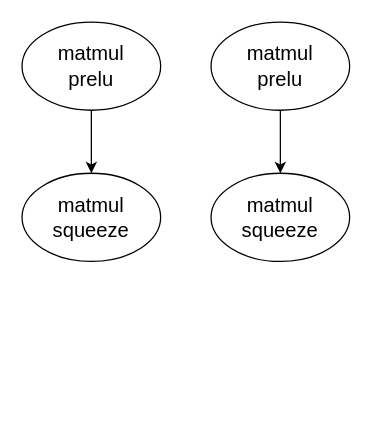
Earlier version of the draw.io diagram 未命名绘图.drawio (ABigDoge/MyDiagrams). Source tidied: cells renumbered, new cells numbered last; positions are measured from the earlier drawing's top-left corner, leaving out a move shared by most shapes. Both pictures are drawn from the tidied source at 126%, with x=0, y=0 at pixel (21, 21).
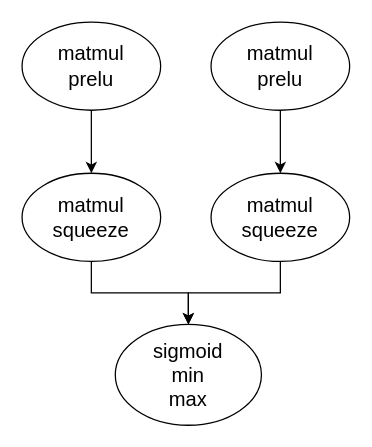
Above is the later version.

Commit message (it also covers changes not shown here):
更新未命名绘图.drawio

Change to the diagram source:
```diff
@@
 <mxGraphModel>
   <root>
     <mxCell id="0" />
     <mxCell id="1" parent="0" />
     <mxCell id="2" style="edgeStyle=orthogonalEdgeStyle;rounded=0;jettySize=auto;html=1;" parent="1" edge="1" source="3" target="6">
       <mxGeometry relative="1" as="geometry" />
     </mxCell>
     <mxCell id="3" value="&lt;font style=&quot;font-size: 16px;&quot;&gt;matmul&lt;/font&gt;&lt;div style=&quot;font-size: 16px;&quot;&gt;&lt;font style=&quot;font-size: 16px;&quot;&gt;prelu&lt;/font&gt;&lt;/div&gt;" style="ellipse;whiteSpace=wrap;html=1;" parent="1" vertex="1">
       <mxGeometry width="110" height="70" as="geometry" />
     </mxCell>
     <mxCell id="4" style="edgeStyle=orthogonalEdgeStyle;rounded=0;jettySize=auto;html=1;" parent="1" edge="1" source="5" target="7">
       <mxGeometry relative="1" as="geometry" />
     </mxCell>
     <mxCell id="5" value="&lt;font style=&quot;font-size: 16px;&quot;&gt;matmul&lt;/font&gt;&lt;div style=&quot;font-size: 16px;&quot;&gt;&lt;font style=&quot;font-size: 16px;&quot;&gt;prelu&lt;/font&gt;&lt;/div&gt;" style="ellipse;whiteSpace=wrap;html=1;" parent="1" vertex="1">
       <mxGeometry x="150" width="110" height="70" as="geometry" />
     </mxCell>
+    <mxCell id="8" style="edgeStyle=orthogonalEdgeStyle;rounded=0;jettySize=auto;html=1;" parent="1" edge="1" source="6" target="10">
+      <mxGeometry relative="1" as="geometry" />
+    </mxCell>
     <mxCell id="6" value="&lt;font style=&quot;font-size: 16px;&quot;&gt;matmul&lt;/font&gt;&lt;div style=&quot;font-size: 16px;&quot;&gt;squeeze&lt;/div&gt;" style="ellipse;whiteSpace=wrap;html=1;" parent="1" vertex="1">
       <mxGeometry y="120" width="110" height="70" as="geometry" />
     </mxCell>
+    <mxCell id="9" style="edgeStyle=orthogonalEdgeStyle;rounded=0;jettySize=auto;html=1;" parent="1" edge="1" source="7" target="10">
+      <mxGeometry relative="1" as="geometry" />
+    </mxCell>
     <mxCell id="7" value="&lt;font style=&quot;font-size: 16px;&quot;&gt;matmul&lt;/font&gt;&lt;div style=&quot;font-size: 16px;&quot;&gt;squeeze&lt;br&gt;&lt;/div&gt;" style="ellipse;whiteSpace=wrap;html=1;" parent="1" vertex="1">
       <mxGeometry x="150" y="120" width="110" height="70" as="geometry" />
     </mxCell>
+    <mxCell id="10" value="&lt;span style=&quot;font-size: 16px;&quot;&gt;sigmoid&lt;/span&gt;&lt;div&gt;&lt;span style=&quot;font-size: 16px;&quot;&gt;min&lt;/span&gt;&lt;/div&gt;&lt;div&gt;&lt;span style=&quot;font-size: 16px;&quot;&gt;max&lt;/span&gt;&lt;/div&gt;" style="ellipse;whiteSpace=wrap;html=1;" parent="1" vertex="1">
+      <mxGeometry x="74" y="240" width="116" height="80" as="geometry" />
+    </mxCell>
   </root>
 </mxGraphModel>
```
